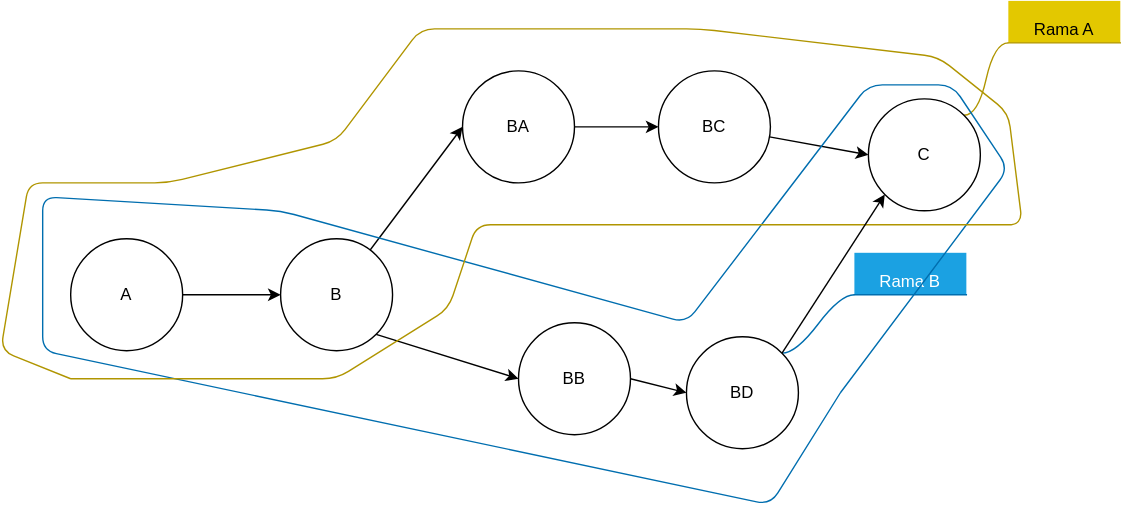
The draw.io diagram resources/merge2.svg in Calcoph/aprende-git, before a commit. Source tidied: cells renumbered, new cells last; positions are measured from the earlier drawing's top-left corner, leaving out a move shared by most shapes.
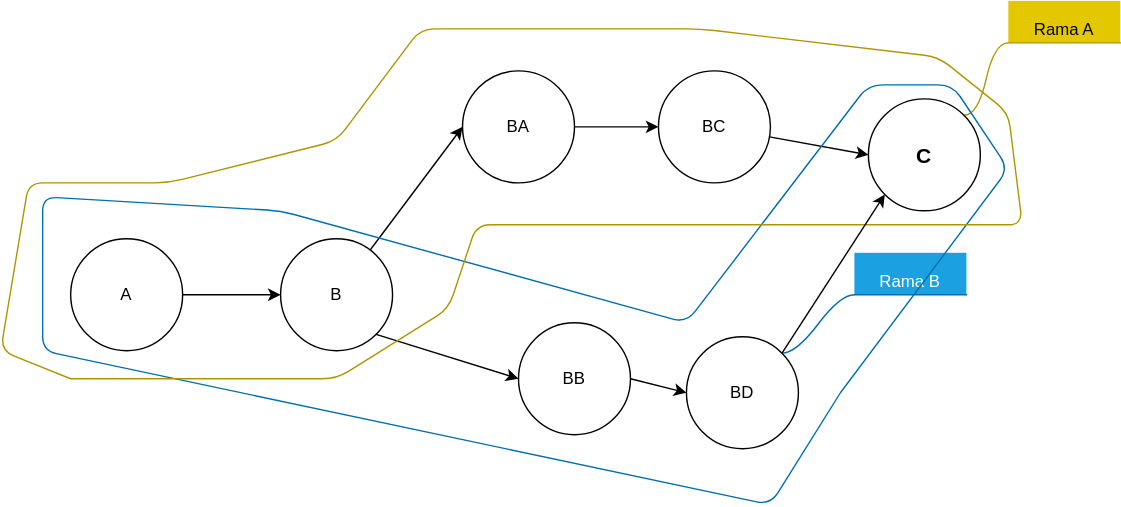
The same diagram one commit later.

Diff of the diagram source:
```diff
@@ -90,7 +90,7 @@
     <mxCell id="20" style="edgeStyle=none;html=1;exitX=1;exitY=0.5;exitDx=0;exitDy=0;entryX=0;entryY=0.5;entryDx=0;entryDy=0;" parent="1" edge="1" source="9" target="19">
       <mxGeometry relative="1" as="geometry" />
     </mxCell>
-    <mxCell id="21" value="C" style="ellipse;whiteSpace=wrap;html=1;" parent="1" vertex="1">
+    <mxCell id="21" value="C" style="ellipse;whiteSpace=wrap;html=1;fontStyle=1;fontSize=15;" parent="1" vertex="1">
       <mxGeometry x="620" y="70" width="80" height="80" as="geometry" />
     </mxCell>
   </root>
```
